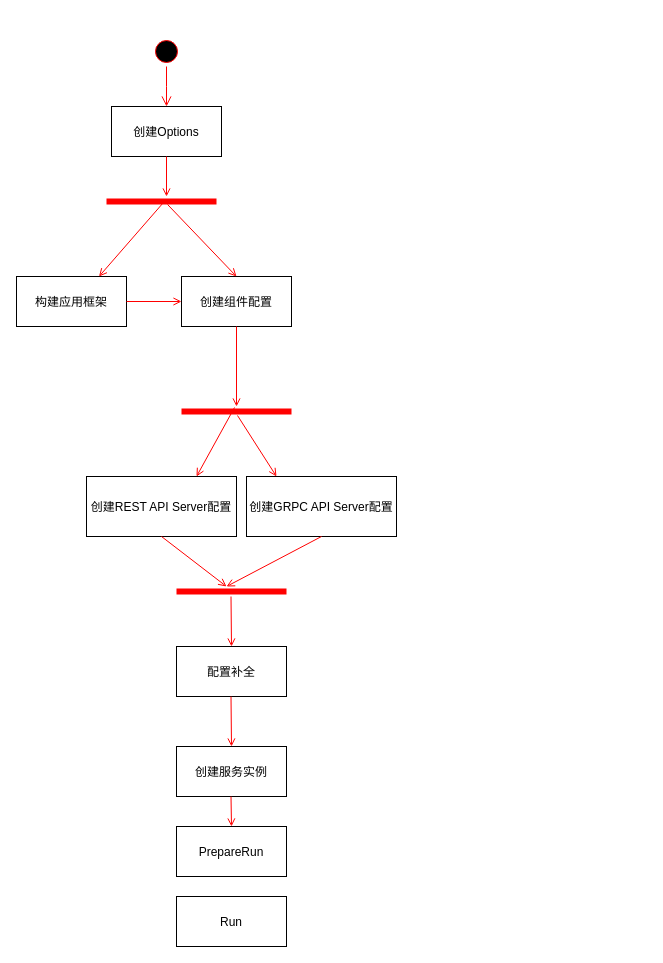
Before: 启动流程活动图.drawio in elisaovivo/restful-api-demo, a draw.io diagram. Source tidied: cells renumbered, new cells numbered last; positions are measured from the earlier drawing's top-left corner, leaving out a move shared by most shapes. Both pictures are drawn from the tidied source at 100%, with x=0, y=0 at pixel (16, 36).
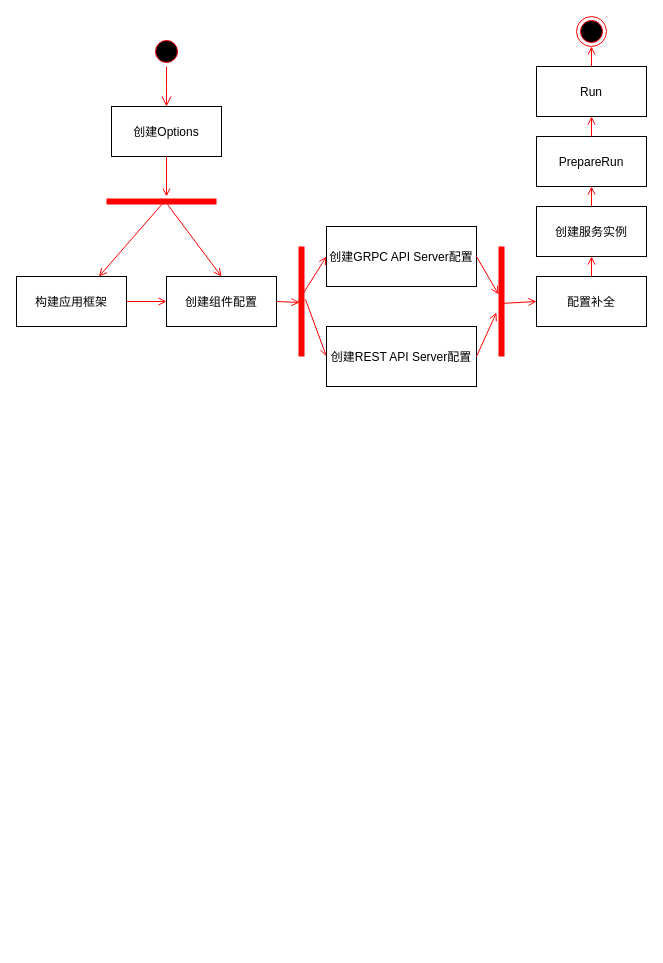
The same diagram, later.

Commit message:
更新启动流程活动图.drawio

The edit, as a diff of the source:
```diff
@@
     <mxCell id="8" value="创建组件配置" parent="1" vertex="1">
-      <mxGeometry x="165" y="240" width="110" height="50" as="geometry" />
+      <mxGeometry x="150" y="240" width="110" height="50" as="geometry" />
     </mxCell>
@@
-    <mxCell id="12" style="endArrow=open;strokeColor=#FF0000;endFill=1;rounded=0;exitX=0.5;exitY=1;exitDx=0;exitDy=0;" parent="1" edge="1" source="8">
-      <mxGeometry relative="1" as="geometry">
-        <mxPoint x="220" y="370" as="targetPoint" />
-      </mxGeometry>
+    <mxCell id="12" style="endArrow=open;strokeColor=#FF0000;endFill=1;rounded=0;exitX=1;exitY=0.5;exitDx=0;exitDy=0;entryX=0.509;entryY=0.7;entryDx=0;entryDy=0;entryPerimeter=0;" parent="1" edge="1" source="8" target="13">
+      <mxGeometry relative="1" as="geometry" />
     </mxCell>
-    <mxCell id="13" style="shape=line;html=1;strokeWidth=6;strokeColor=#ff0000;" parent="1" vertex="1">
-      <mxGeometry x="165" y="370" width="110" height="10" as="geometry" />
+    <mxCell id="13" style="shape=line;html=1;strokeWidth=6;strokeColor=#ff0000;direction=south;" parent="1" vertex="1">
+      <mxGeometry x="280" y="210" width="10" height="110" as="geometry" />
     </mxCell>
-    <mxCell id="14" style="endArrow=open;strokeColor=#FF0000;endFill=1;rounded=0;exitX=0.482;exitY=0.1;exitDx=0;exitDy=0;exitPerimeter=0;" parent="1" edge="1" source="13">
-      <mxGeometry relative="1" as="geometry">
-        <mxPoint x="180" y="440" as="targetPoint" />
-      </mxGeometry>
+    <mxCell id="14" style="endArrow=open;strokeColor=#FF0000;endFill=1;rounded=0;exitX=0.482;exitY=0.1;exitDx=0;exitDy=0;exitPerimeter=0;entryX=0;entryY=0.5;entryDx=0;entryDy=0;" parent="1" edge="1" source="13" target="16">
+      <mxGeometry relative="1" as="geometry" />
     </mxCell>
-    <mxCell id="15" style="endArrow=open;strokeColor=#FF0000;endFill=1;rounded=0;exitX=0.509;exitY=0.9;exitDx=0;exitDy=0;exitPerimeter=0;" parent="1" edge="1" source="13">
-      <mxGeometry relative="1" as="geometry">
-        <mxPoint x="260" y="440" as="targetPoint" />
-      </mxGeometry>
+    <mxCell id="15" style="endArrow=open;strokeColor=#FF0000;endFill=1;rounded=0;exitX=0.509;exitY=0.9;exitDx=0;exitDy=0;exitPerimeter=0;entryX=0;entryY=0.5;entryDx=0;entryDy=0;" parent="1" edge="1" source="13" target="17">
+      <mxGeometry relative="1" as="geometry" />
     </mxCell>
     <mxCell id="16" value="创建REST API Server配置" parent="1" vertex="1">
-      <mxGeometry x="70" y="440" width="150" height="60" as="geometry" />
+      <mxGeometry x="310" y="290" width="150" height="60" as="geometry" />
     </mxCell>
     <mxCell id="17" value="创建GRPC API Server配置" parent="1" vertex="1">
-      <mxGeometry x="230" y="440" width="150" height="60" as="geometry" />
+      <mxGeometry x="310" y="190" width="150" height="60" as="geometry" />
     </mxCell>
-    <mxCell id="18" style="endArrow=open;strokeColor=#FF0000;endFill=1;rounded=0;exitX=0.5;exitY=1;exitDx=0;exitDy=0;" parent="1" edge="1" source="16">
-      <mxGeometry relative="1" as="geometry">
-        <mxPoint x="210" y="550" as="targetPoint" />
-      </mxGeometry>
+    <mxCell id="18" style="endArrow=open;strokeColor=#FF0000;endFill=1;rounded=0;exitX=1;exitY=0.5;exitDx=0;exitDy=0;" parent="1" edge="1" source="16" target="20">
+      <mxGeometry relative="1" as="geometry" />
     </mxCell>
-    <mxCell id="19" style="endArrow=open;strokeColor=#FF0000;endFill=1;rounded=0;exitX=0.5;exitY=1;exitDx=0;exitDy=0;" parent="1" edge="1" source="17">
-      <mxGeometry relative="1" as="geometry">
-        <mxPoint x="210" y="550" as="targetPoint" />
-      </mxGeometry>
+    <mxCell id="19" style="endArrow=open;strokeColor=#FF0000;endFill=1;rounded=0;exitX=1;exitY=0.5;exitDx=0;exitDy=0;entryX=0.436;entryY=0.8;entryDx=0;entryDy=0;entryPerimeter=0;" parent="1" edge="1" source="17" target="20">
+      <mxGeometry relative="1" as="geometry" />
     </mxCell>
-    <mxCell id="20" style="shape=line;html=1;strokeWidth=6;strokeColor=#ff0000;" parent="1" vertex="1">
-      <mxGeometry x="160" y="550" width="110" height="10" as="geometry" />
+    <mxCell id="20" style="shape=line;html=1;strokeWidth=6;strokeColor=#ff0000;direction=south;" parent="1" vertex="1">
+      <mxGeometry x="480" y="210" width="10" height="110" as="geometry" />
     </mxCell>
-    <mxCell id="21" style="endArrow=open;strokeColor=#FF0000;endFill=1;rounded=0;exitX=0.5;exitY=1;exitDx=0;exitDy=0;" parent="1" edge="1">
-      <mxGeometry relative="1" as="geometry">
-        <mxPoint x="214.5" y="560" as="sourcePoint" />
-        <mxPoint x="215" y="610" as="targetPoint" />
-      </mxGeometry>
-    </mxCell>
     <mxCell id="22" value="配置补全" parent="1" vertex="1">
-      <mxGeometry x="160" y="610" width="110" height="50" as="geometry" />
+      <mxGeometry x="520" y="240" width="110" height="50" as="geometry" />
     </mxCell>
-    <mxCell id="23" style="endArrow=open;strokeColor=#FF0000;endFill=1;rounded=0;exitX=0.5;exitY=1;exitDx=0;exitDy=0;" parent="1" edge="1">
-      <mxGeometry relative="1" as="geometry">
-        <mxPoint x="214.5" y="660" as="sourcePoint" />
-        <mxPoint x="215" y="710" as="targetPoint" />
-      </mxGeometry>
-    </mxCell>
     <mxCell id="24" value="创建服务实例" parent="1" vertex="1">
-      <mxGeometry x="160" y="710" width="110" height="50" as="geometry" />
+      <mxGeometry x="520" y="170" width="110" height="50" as="geometry" />
     </mxCell>
     <mxCell id="25" value="PrepareRun" parent="1" vertex="1">
-      <mxGeometry x="160" y="790" width="110" height="50" as="geometry" />
+      <mxGeometry x="520" y="100" width="110" height="50" as="geometry" />
     </mxCell>
-    <mxCell id="26" style="endArrow=open;strokeColor=#FF0000;endFill=1;rounded=0;exitX=0.5;exitY=1;exitDx=0;exitDy=0;" parent="1" edge="1">
-      <mxGeometry relative="1" as="geometry">
-        <mxPoint x="214.5" y="760" as="sourcePoint" />
-        <mxPoint x="215" y="790" as="targetPoint" />
-      </mxGeometry>
-    </mxCell>
     <mxCell id="27" value="Run" parent="1" vertex="1">
-      <mxGeometry x="160" y="860" width="110" height="50" as="geometry" />
+      <mxGeometry x="520" y="30" width="110" height="50" as="geometry" />
     </mxCell>
+    <mxCell id="28" style="ellipse;html=1;shape=endState;fillColor=#000000;strokeColor=#ff0000;" parent="1" vertex="1">
+      <mxGeometry x="560" y="-20" width="30" height="30" as="geometry" />
+    </mxCell>
+    <mxCell id="29" style="endArrow=open;strokeColor=#FF0000;endFill=1;rounded=0;exitX=0.518;exitY=0.6;exitDx=0;exitDy=0;entryX=0;entryY=0.5;entryDx=0;entryDy=0;exitPerimeter=0;" parent="1" edge="1" source="20" target="22">
+      <mxGeometry relative="1" as="geometry" />
+    </mxCell>
+    <mxCell id="30" style="endArrow=open;strokeColor=#FF0000;endFill=1;rounded=0;exitX=0.5;exitY=0;exitDx=0;exitDy=0;entryX=0.5;entryY=1;entryDx=0;entryDy=0;" parent="1" edge="1" source="22" target="24">
+      <mxGeometry relative="1" as="geometry" />
+    </mxCell>
+    <mxCell id="31" style="endArrow=open;strokeColor=#FF0000;endFill=1;rounded=0;entryX=0.5;entryY=1;entryDx=0;entryDy=0;" parent="1" edge="1" target="27">
+      <mxGeometry relative="1" as="geometry">
+        <mxPoint x="575" y="100" as="sourcePoint" />
+      </mxGeometry>
+    </mxCell>
+    <mxCell id="32" style="endArrow=open;strokeColor=#FF0000;endFill=1;rounded=0;exitX=0.5;exitY=0;exitDx=0;exitDy=0;entryX=0.5;entryY=1;entryDx=0;entryDy=0;" parent="1" edge="1" source="24" target="25">
+      <mxGeometry relative="1" as="geometry" />
+    </mxCell>
+    <mxCell id="33" style="endArrow=open;strokeColor=#FF0000;endFill=1;rounded=0;exitX=0.5;exitY=0;exitDx=0;exitDy=0;entryX=0.5;entryY=1;entryDx=0;entryDy=0;" parent="1" edge="1" source="27" target="28">
+      <mxGeometry relative="1" as="geometry" />
+    </mxCell>
```
